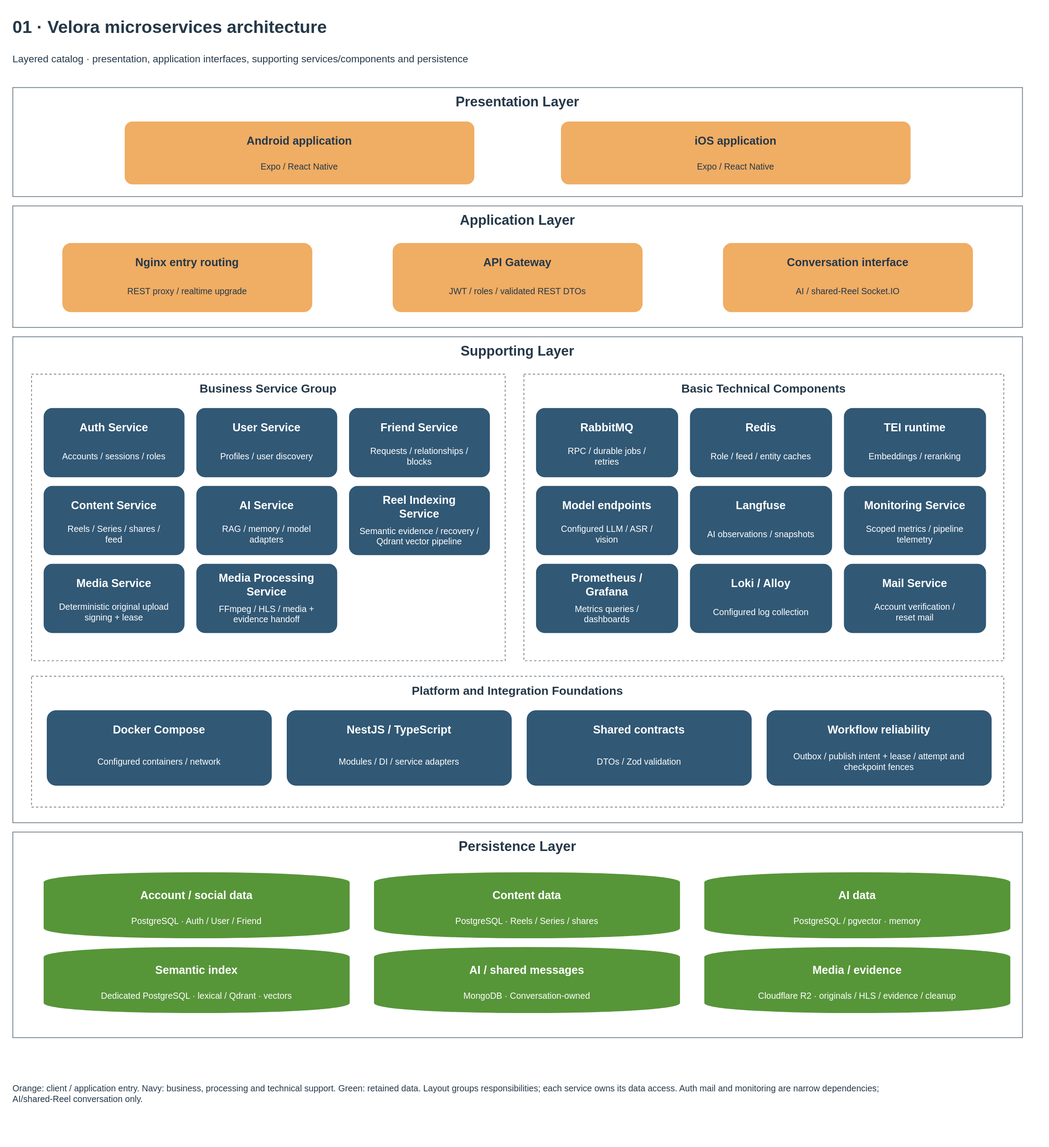
The draw.io diagram docs/diagrams/velora-current/importable-svg/01-microservices-architecture.drawio.svg in HieuCuteDangYeu/velora-backend, before a commit. Source tidied: cells renumbered, new cells last; positions are measured from the earlier drawing's top-left corner, leaving out a move shared by most shapes.
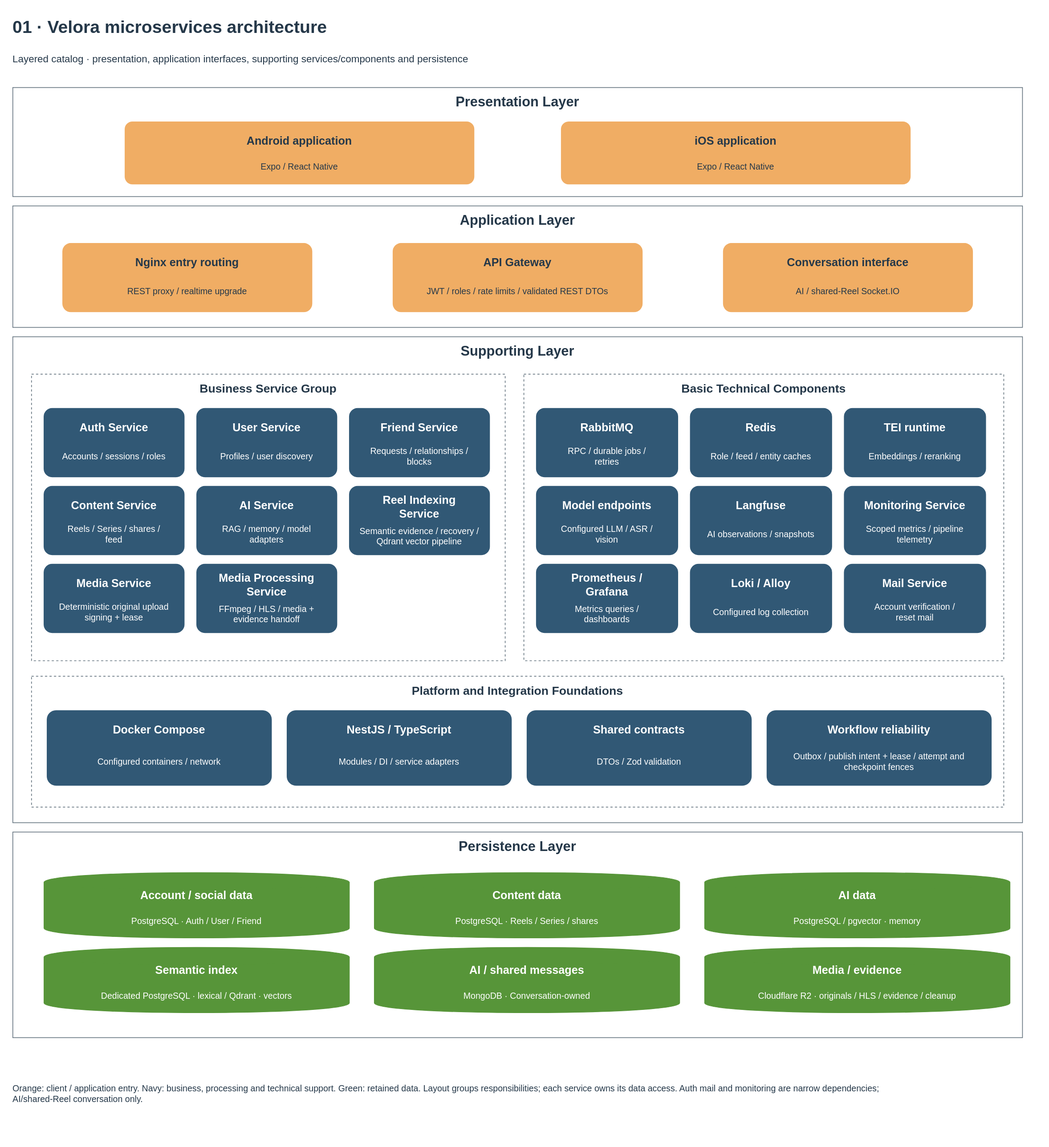
Above is the later version.

The edit, as a diff of the source:
```diff
@@ -53,7 +53,7 @@
     <mxCell id="18" value="API Gateway" style="text;html=1;whiteSpace=wrap;fontFamily=Arial;fontSize=18;fontColor=#253849;fontStyle=1;align=center;verticalAlign=middle;spacing=0;strokeColor=none;fillColor=none;" parent="17" vertex="1">
       <mxGeometry x="14" y="12" width="372" height="38" as="geometry" />
     </mxCell>
-    <mxCell id="19" value="JWT / roles / validated REST DTOs" style="text;html=1;whiteSpace=wrap;fontFamily=Arial;fontSize=14;fontColor=#253849;fontStyle=0;align=center;verticalAlign=middle;spacing=0;strokeColor=none;fillColor=none;" parent="17" vertex="1">
+    <mxCell id="19" value="JWT / roles / rate limits / validated REST DTOs" style="text;html=1;whiteSpace=wrap;fontFamily=Arial;fontSize=14;fontColor=#253849;fontStyle=0;align=center;verticalAlign=middle;spacing=0;strokeColor=none;fillColor=none;" parent="17" vertex="1">
       <mxGeometry x="14" y="53" width="372" height="48" as="geometry" />
     </mxCell>
     <mxCell id="20" style="rounded=1;arcSize=12;fillColor=#f0ad64;strokeColor=#f0ad64;" parent="1" vertex="1">
```
